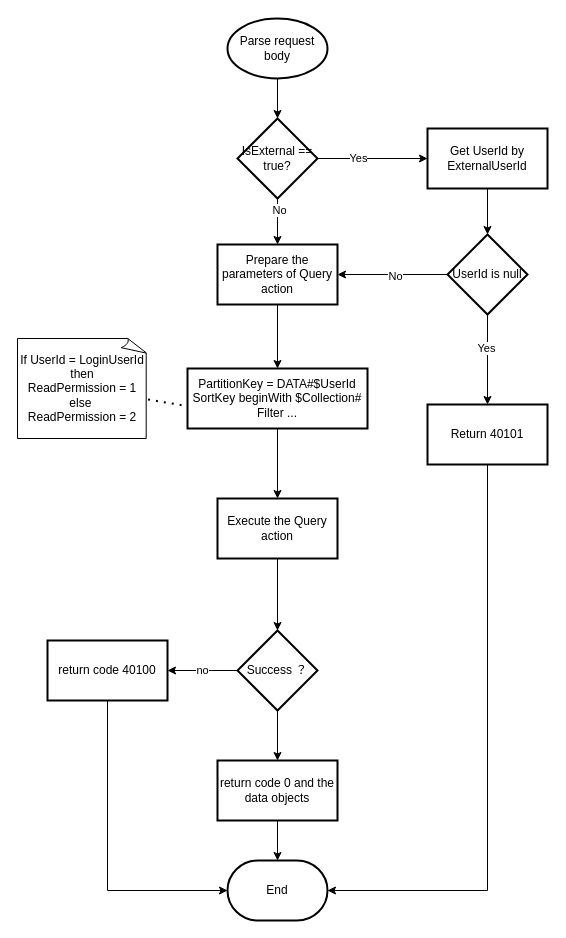
Before: page "ListObjects" (6 of 8) of save_data.drawio in yaohuiwu/SimpleFS, a draw.io diagram. Source tidied: cells renumbered, new cells numbered last; positions are measured from the earlier drawing's top-left corner, leaving out a move shared by most shapes. Both pictures are drawn from the tidied source at 100%, with x=0, y=0 at pixel (17, 18).
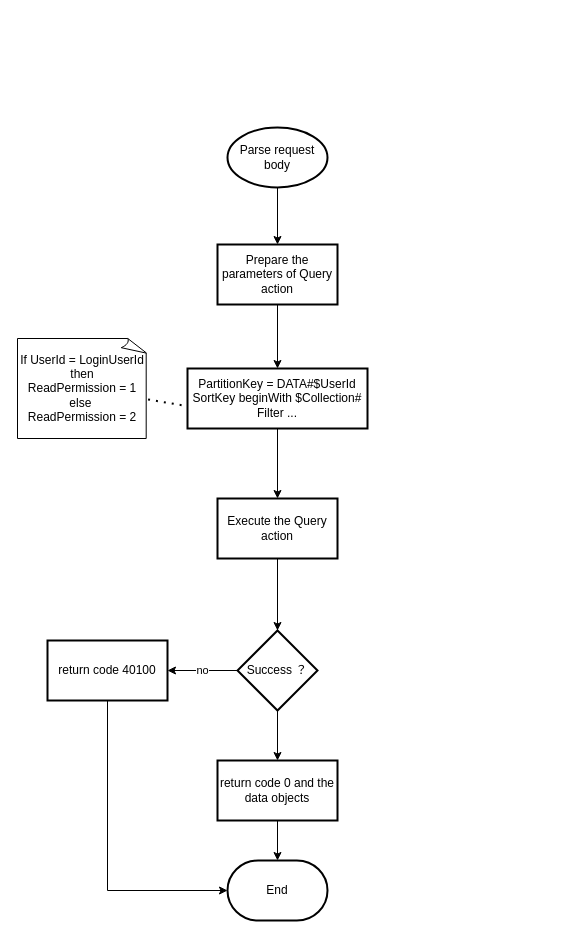
After the change.

Unchanged cells that the change refers to:
```xml
<mxCell id="5" value="Prepare the parameters of Query action" style="whiteSpace=wrap;html=1;strokeWidth=2;" parent="1" vertex="1">
  <mxGeometry x="200" y="226" width="120" height="60" as="geometry" />
</mxCell>
<mxCell id="16" value="End" style="strokeWidth=2;html=1;shape=mxgraph.flowchart.terminator;whiteSpace=wrap;" parent="1" vertex="1">
  <mxGeometry x="210" y="842" width="100" height="60" as="geometry" />
</mxCell>
```

The edit, as a diff of the source:
```diff
@@
-    <mxCell id="2" style="edgeStyle=orthogonalEdgeStyle;rounded=0;jettySize=auto;html=1;" parent="1" edge="1" source="3" target="21">
+    <mxCell id="2" style="edgeStyle=orthogonalEdgeStyle;rounded=0;jettySize=auto;html=1;entryX=0.5;entryY=0;entryDx=0;entryDy=0;" parent="1" edge="1" source="3" target="5">
       <mxGeometry relative="1" as="geometry" />
     </mxCell>
     <mxCell id="3" value="Parse request body" style="strokeWidth=2;html=1;shape=mxgraph.flowchart.start_1;whiteSpace=wrap;" parent="1" vertex="1">
-      <mxGeometry x="210" width="100" height="60" as="geometry" />
+      <mxGeometry x="210" y="109" width="100" height="60" as="geometry" />
     </mxCell>
@@
-    <mxCell id="17" style="edgeStyle=orthogonalEdgeStyle;rounded=0;jettySize=auto;html=1;" parent="1" edge="1" source="21" target="5">
-      <mxGeometry relative="1" as="geometry" />
-    </mxCell>
-    <mxCell id="18" value="No" style="edgeLabel;html=1;align=center;verticalAlign=middle;" parent="17" vertex="1">
-      <mxGeometry x="-0.52" y="1" relative="1" as="geometry" />
-    </mxCell>
-    <mxCell id="19" style="edgeStyle=orthogonalEdgeStyle;rounded=0;jettySize=auto;html=1;" parent="1" edge="1" source="21" target="23">
-      <mxGeometry relative="1" as="geometry" />
-    </mxCell>
-    <mxCell id="20" value="Yes" style="edgeLabel;html=1;align=center;verticalAlign=middle;" parent="19" vertex="1">
-      <mxGeometry x="-0.27" y="1" relative="1" as="geometry" />
-    </mxCell>
-    <mxCell id="21" value="IsExternal == true?" style="strokeWidth=2;html=1;shape=mxgraph.flowchart.decision;whiteSpace=wrap;" parent="1" vertex="1">
-      <mxGeometry x="220" y="100" width="80" height="80" as="geometry" />
-    </mxCell>
-    <mxCell id="22" style="edgeStyle=orthogonalEdgeStyle;rounded=0;jettySize=auto;html=1;" parent="1" edge="1" source="23" target="28">
-      <mxGeometry relative="1" as="geometry" />
-    </mxCell>
-    <mxCell id="23" value="Get UserId by ExternalUserId" style="whiteSpace=wrap;html=1;strokeWidth=2;" parent="1" vertex="1">
-      <mxGeometry x="410" y="110" width="120" height="60" as="geometry" />
-    </mxCell>
-    <mxCell id="24" style="edgeStyle=orthogonalEdgeStyle;rounded=0;jettySize=auto;html=1;" parent="1" edge="1" source="28" target="5">
-      <mxGeometry relative="1" as="geometry" />
-    </mxCell>
-    <mxCell id="25" value="No" style="edgeLabel;html=1;align=center;verticalAlign=middle;" parent="24" vertex="1">
-      <mxGeometry x="-0.03" y="1" relative="1" as="geometry" />
-    </mxCell>
-    <mxCell id="26" style="edgeStyle=orthogonalEdgeStyle;rounded=0;jettySize=auto;html=1;" parent="1" edge="1" source="28" target="30">
-      <mxGeometry relative="1" as="geometry" />
-    </mxCell>
-    <mxCell id="27" value="Yes" style="edgeLabel;html=1;align=center;verticalAlign=middle;" parent="26" vertex="1">
-      <mxGeometry x="-0.27" y="-2" relative="1" as="geometry" />
-    </mxCell>
-    <mxCell id="28" value="UserId is null" style="rhombus;whiteSpace=wrap;html=1;strokeWidth=2;" parent="1" vertex="1">
-      <mxGeometry x="430" y="216" width="80" height="80" as="geometry" />
-    </mxCell>
-    <mxCell id="29" style="edgeStyle=orthogonalEdgeStyle;rounded=0;jettySize=auto;html=1;entryX=1;entryY=0.5;entryDx=0;entryDy=0;entryPerimeter=0;" parent="1" edge="1" source="30" target="16">
-      <mxGeometry relative="1" as="geometry">
-        <Array as="points">
-          <mxPoint x="470" y="872" />
-        </Array>
-      </mxGeometry>
-    </mxCell>
-    <mxCell id="30" value="Return 40101" style="whiteSpace=wrap;html=1;strokeWidth=2;" parent="1" vertex="1">
-      <mxGeometry x="410" y="386" width="120" height="60" as="geometry" />
-    </mxCell>
```
